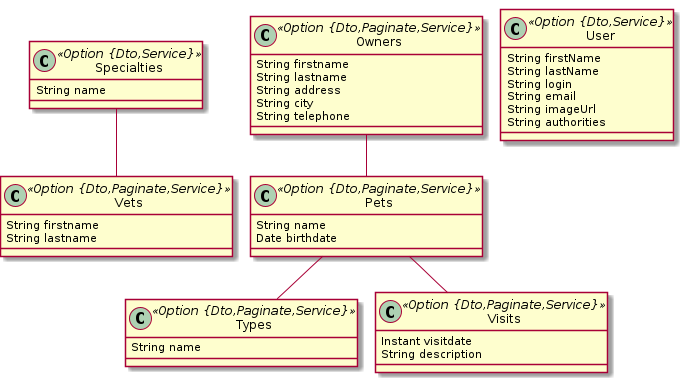
RatJuggler/jhipster-jdl keeps this PlantUML diagram as jhipster-pet-clinic.png. Above is the earlier version.
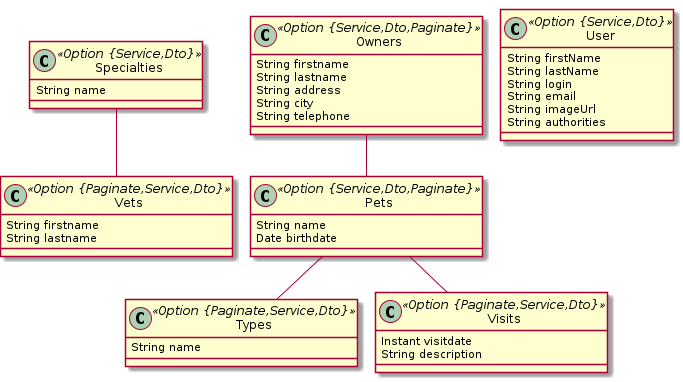
Above is the later version.

Change to the diagram source:
```diff
@@ -1,28 +1,28 @@
 @startuml
 	!pragma graphviz_dot jdot
 	!pragma syntax class
-	class Vets <<Option {Dto,Paginate,Service}>> {
+	class Vets <<Option {Paginate,Service,Dto}>> {
 		String firstname
 		String lastname
 	}
-	class Specialties <<Option {Dto,Service}>> {
+	class Specialties <<Option {Service,Dto}>> {
 		String name
 	}
-	class Types <<Option {Dto,Paginate,Service}>> {
+	class Types <<Option {Paginate,Service,Dto}>> {
 		String name
 	}
-	class Owners <<Option {Dto,Paginate,Service}>> {
+	class Owners <<Option {Service,Dto,Paginate}>> {
 		String firstname
 		String lastname
 		String address
 		String city
 		String telephone
 	}
-	class Pets <<Option {Dto,Paginate,Service}>> {
+	class Pets <<Option {Service,Dto,Paginate}>> {
 		String name
 		Date birthdate
 	}
-	class Visits <<Option {Dto,Paginate,Service}>> {
+	class Visits <<Option {Paginate,Service,Dto}>> {
 		Instant visitdate
 		String description
 	}
@@ -30,7 +30,7 @@
 	Owners  "0..1 " --o "owner 0..* "  Pets
 	Pets  "0..1 " --o "pet 0..* "  Visits
 	Pets  "type 0..* " o-- "0..1 "  Types
-	class User <<Option {Dto,Service}>> {
+	class User <<Option {Service,Dto}>> {
 		String firstName
 		String lastName
 		String login
```
